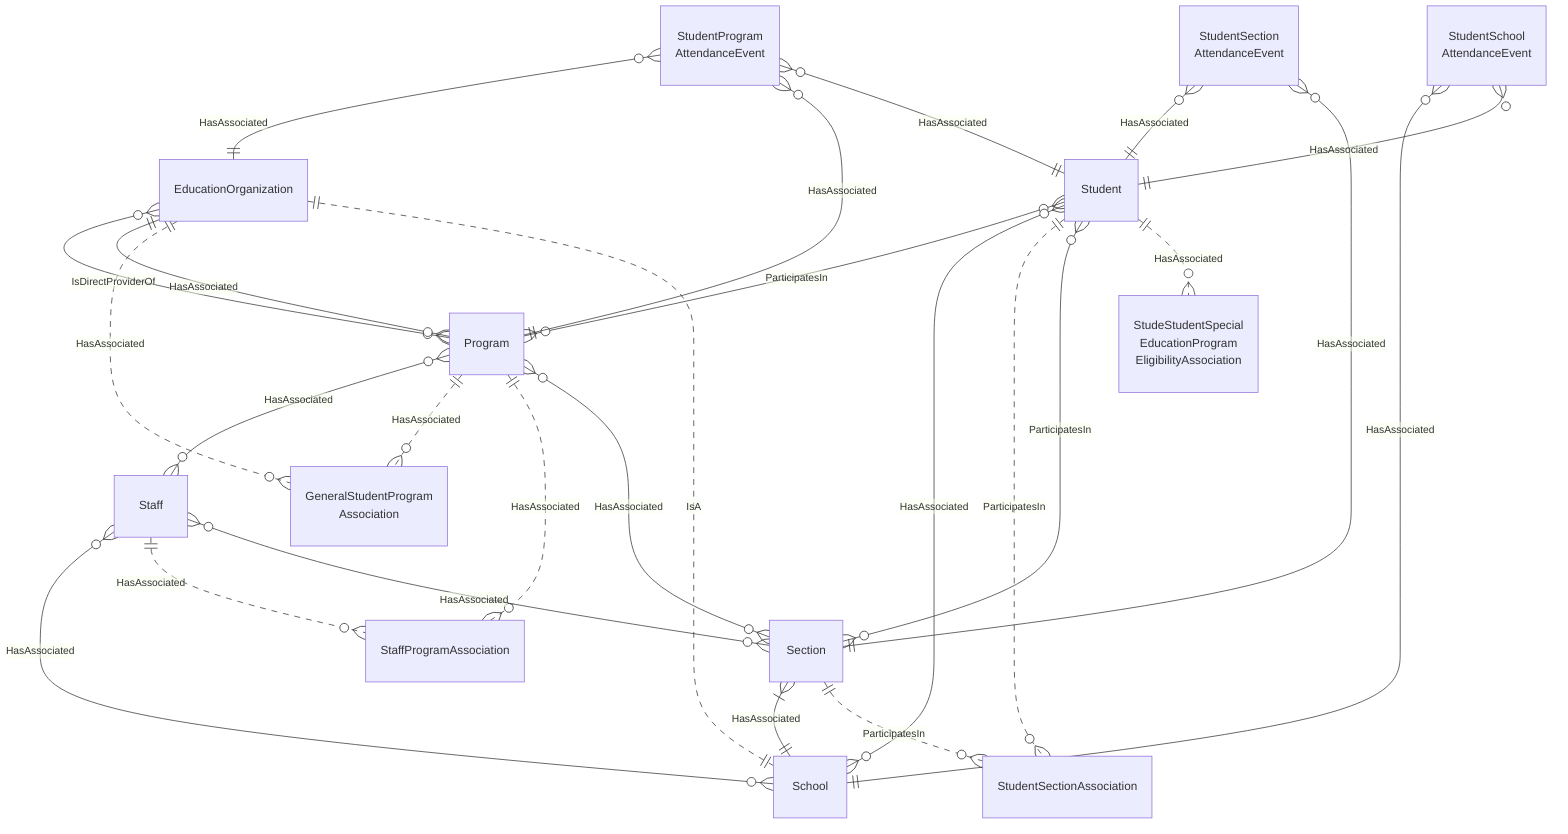
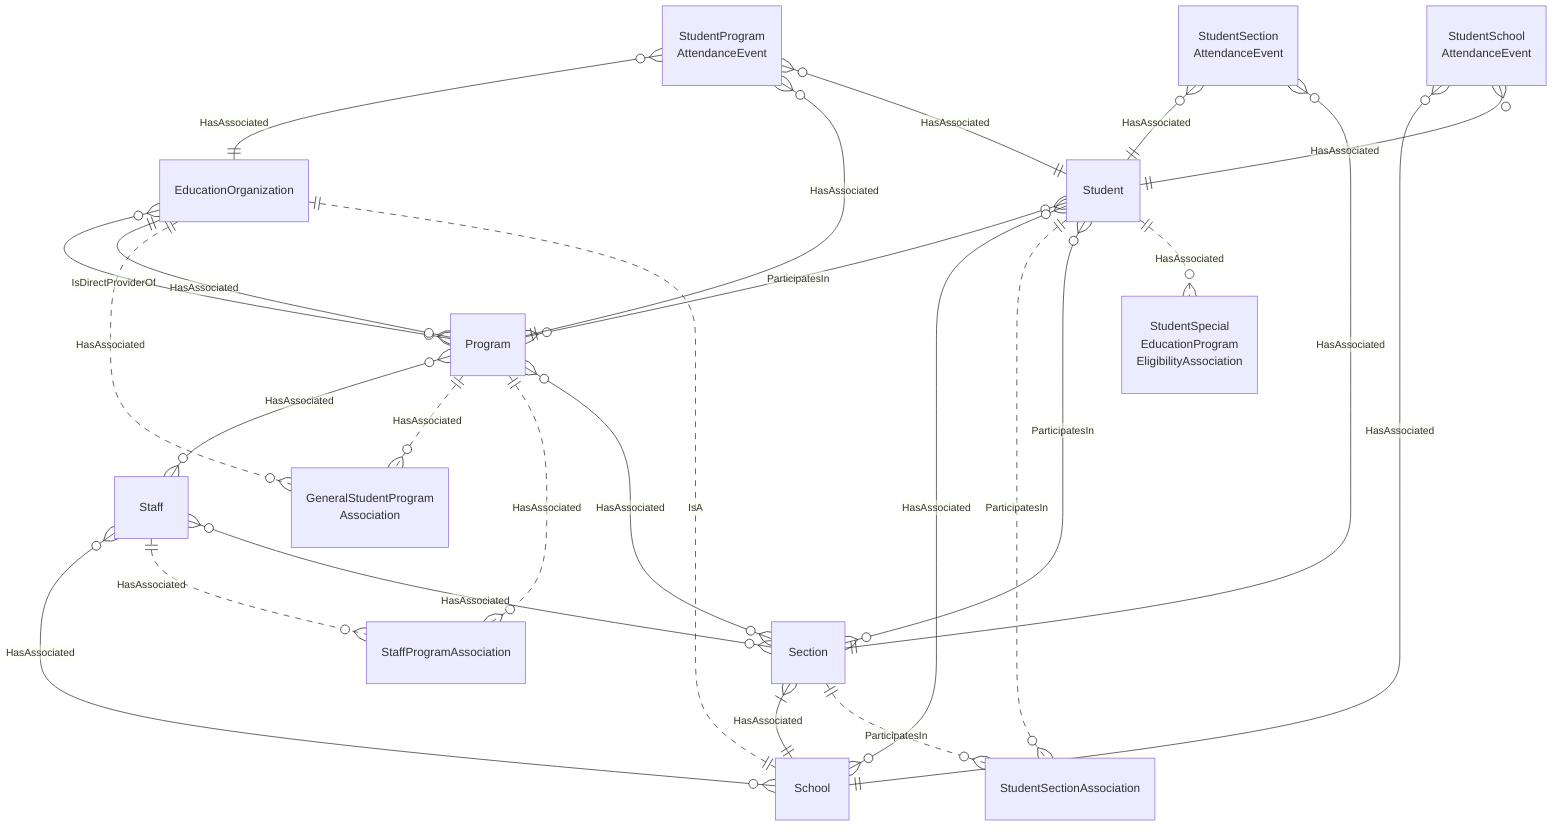
﻿
erDiagram
    Program {
    }
    Staff {
    }
    GeneralStudentProgramAssociation["GeneralStudentProgram<br/>Association"] {
    }
    StaffProgramAssociation {
    }
    Section {
    }
    StudentSectionAssociation {
    }
    Student {
    }
    EducationOrganization {
    }
    StudentSectionAttendanceEvent["StudentSection<br/>AttendanceEvent"] {
    }
    StudentSchoolAttendanceEvent["StudentSchool<br/>AttendanceEvent"] {
    }
    StudentProgramAttendanceEvent["StudentProgram<br/>AttendanceEvent"] {
    }
-     StudentSpecialEducationProgramEligibilityAssociation["StudeStudentSpecial<br/>EducationProgram<br/>EligibilityAssociation"] {
+     StudentSpecialEducationProgramEligibilityAssociation["StudentSpecial<br/>EducationProgram<br/>EligibilityAssociation"] {
    }
    School {
    }
    EducationOrganization }o--o{ Program : "IsDirectProviderOf"
    EducationOrganization ||--o{ Program : "HasAssociated"
    EducationOrganization ||..o{ GeneralStudentProgramAssociation : "HasAssociated"
    EducationOrganization ||..|| School : "IsA"
    Student }o--o{ Program : "ParticipatesIn"
    Program }o--o{ Staff : "HasAssociated"
    Section }o--o{ Program : "HasAssociated"
    Section }|--|| School : "HasAssociated"
    Student }o--o{ School : "HasAssociated"
    Staff }o--o{ School : "HasAssociated"
    Program ||..o{ GeneralStudentProgramAssociation : "HasAssociated"
    Program ||..o{ StaffProgramAssociation : "HasAssociated"
    Staff ||..o{ StaffProgramAssociation : "HasAssociated"
    Staff }o--o{ Section : "HasAssociated"
    Student ||..o{ StudentSectionAssociation : "ParticipatesIn"
    Section ||..o{ StudentSectionAssociation : "ParticipatesIn"
    Student }o--o{ Section : "ParticipatesIn"
    Student ||..o{ StudentSpecialEducationProgramEligibilityAssociation : "HasAssociated"
    StudentSectionAttendanceEvent }o--|| Student : "HasAssociated"
    StudentSectionAttendanceEvent }o--|| Section : "HasAssociated"
    StudentSchoolAttendanceEvent }o--|| School : "HasAssociated"
    StudentSchoolAttendanceEvent }o--|| Student : "HasAssociated"
    StudentProgramAttendanceEvent }o--|| EducationOrganization : "HasAssociated"
    StudentProgramAttendanceEvent }o--|| Program : "HasAssociated"
    StudentProgramAttendanceEvent }o--|| Student : "HasAssociated"
